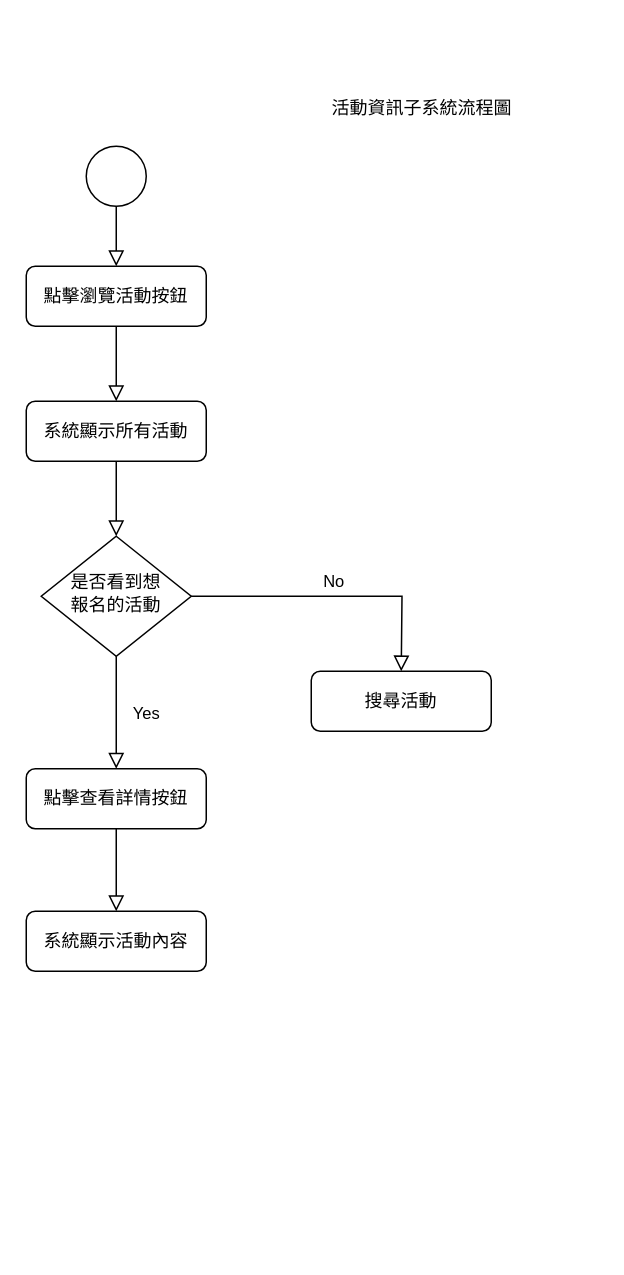
This is .drawio from liangyinglly/liangyinglly, a draw.io file, before an edit. Source tidied: cells renumbered, new cells numbered last; positions are measured from the earlier drawing's top-left corner, leaving out a move shared by most shapes. Both pictures are drawn from the tidied source at 150%, with x=0, y=0 at pixel (26, 86).
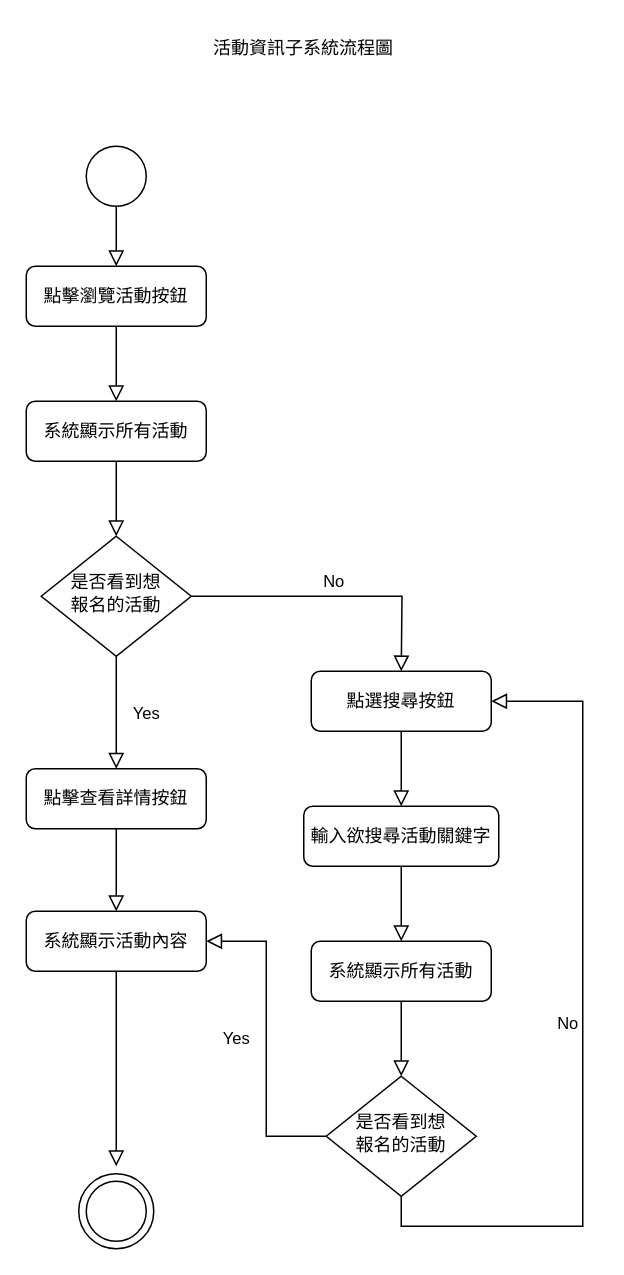
The same page after the edit.

Unchanged cells that the change refers to:
```xml
<mxCell id="14" value="系統顯示活動內容" style="rounded=1;whiteSpace=wrap;html=1;fontSize=12;glass=0;strokeWidth=1;shadow=0;" parent="1" vertex="1">
  <mxGeometry y="550" width="120" height="40" as="geometry" />
</mxCell>
```

Change to the diagram source:
```diff
@@
-    <mxCell id="7" value="搜尋活動" style="rounded=1;whiteSpace=wrap;html=1;fontSize=12;glass=0;strokeWidth=1;shadow=0;" parent="1" vertex="1">
+    <mxCell id="7" value="點選搜尋按鈕" style="rounded=1;whiteSpace=wrap;html=1;fontSize=12;glass=0;strokeWidth=1;shadow=0;" parent="1" vertex="1">
       <mxGeometry x="190" y="390" width="120" height="40" as="geometry" />
     </mxCell>
     <mxCell id="8" value="活動資訊子系統流程圖" style="text;html=1;strokeColor=none;fillColor=none;align=center;verticalAlign=middle;whiteSpace=wrap;rounded=0;" parent="1" vertex="1">
-      <mxGeometry x="189" width="150" height="30" as="geometry" />
+      <mxGeometry x="110" y="-40" width="150" height="30" as="geometry" />
     </mxCell>
@@
+    <mxCell id="16" style="rounded=0;html=1;jettySize=auto;fontSize=11;endArrow=block;endFill=0;endSize=8;strokeWidth=1;shadow=0;labelBackgroundColor=none;edgeStyle=orthogonalEdgeStyle;exitX=0.5;exitY=1;exitDx=0;exitDy=0;" parent="1" edge="1" source="7">
+      <mxGeometry relative="1" as="geometry">
+        <mxPoint x="250" y="480" as="targetPoint" />
+      </mxGeometry>
+    </mxCell>
+    <mxCell id="17" value="輸入欲搜尋活動關鍵字" style="rounded=1;whiteSpace=wrap;html=1;fontSize=12;glass=0;strokeWidth=1;shadow=0;" parent="1" vertex="1">
+      <mxGeometry x="185" y="480" width="130" height="40" as="geometry" />
+    </mxCell>
+    <mxCell id="18" value="系統顯示所有活動" style="rounded=1;whiteSpace=wrap;html=1;fontSize=12;glass=0;strokeWidth=1;shadow=0;" parent="1" vertex="1">
+      <mxGeometry x="190" y="570" width="120" height="40" as="geometry" />
+    </mxCell>
+    <mxCell id="19" style="rounded=0;html=1;jettySize=auto;fontSize=11;endArrow=block;endFill=0;endSize=8;strokeWidth=1;shadow=0;labelBackgroundColor=none;edgeStyle=orthogonalEdgeStyle;exitX=0.5;exitY=1;exitDx=0;exitDy=0;entryX=0.5;entryY=0;entryDx=0;entryDy=0;" parent="1" edge="1" source="17" target="18">
+      <mxGeometry relative="1" as="geometry" />
+    </mxCell>
+    <mxCell id="20" value="是否看到想&lt;br&gt;報名的活動" style="rhombus;whiteSpace=wrap;html=1;shadow=0;fontFamily=Helvetica;fontSize=12;align=center;strokeWidth=1;spacing=6;spacingTop=-4;" parent="1" vertex="1">
+      <mxGeometry x="200" y="660" width="100" height="80" as="geometry" />
+    </mxCell>
+    <mxCell id="21" style="rounded=0;html=1;jettySize=auto;fontSize=11;endArrow=block;endFill=0;endSize=8;strokeWidth=1;shadow=0;labelBackgroundColor=none;edgeStyle=orthogonalEdgeStyle;exitX=0.5;exitY=1;exitDx=0;exitDy=0;entryX=0.5;entryY=0;entryDx=0;entryDy=0;" parent="1" edge="1" source="18" target="20">
+      <mxGeometry relative="1" as="geometry" />
+    </mxCell>
+    <mxCell id="22" value="Yes" style="rounded=0;html=1;jettySize=auto;fontSize=11;endArrow=block;endFill=0;endSize=8;strokeWidth=1;shadow=0;labelBackgroundColor=none;edgeStyle=orthogonalEdgeStyle;entryX=1;entryY=0.5;entryDx=0;entryDy=0;" parent="1" edge="1" source="20" target="14">
+      <mxGeometry y="20" relative="1" as="geometry" />
+    </mxCell>
+    <mxCell id="23" value="No" style="edgeStyle=orthogonalEdgeStyle;rounded=0;html=1;jettySize=auto;fontSize=11;endArrow=block;endFill=0;endSize=8;strokeWidth=1;shadow=0;labelBackgroundColor=none;exitX=0.5;exitY=1;exitDx=0;exitDy=0;entryX=1;entryY=0.5;entryDx=0;entryDy=0;" parent="1" edge="1" source="20" target="7">
+      <mxGeometry y="10" relative="1" as="geometry">
+        <Array as="points">
+          <mxPoint x="250" y="760" />
+          <mxPoint x="371" y="760" />
+          <mxPoint x="371" y="410" />
+        </Array>
+      </mxGeometry>
+    </mxCell>
+    <mxCell id="24" style="rounded=0;html=1;jettySize=auto;fontSize=11;endArrow=block;endFill=0;endSize=8;strokeWidth=1;shadow=0;labelBackgroundColor=none;edgeStyle=orthogonalEdgeStyle;exitX=0.5;exitY=1;exitDx=0;exitDy=0;" parent="1" edge="1" source="14">
+      <mxGeometry relative="1" as="geometry">
+        <mxPoint x="60" y="720" as="targetPoint" />
+      </mxGeometry>
+    </mxCell>
+    <mxCell id="25" style="ellipse;whiteSpace=wrap;html=1;" parent="1" vertex="1">
+      <mxGeometry x="40" y="730" width="40" height="40" as="geometry" />
+    </mxCell>
+    <mxCell id="26" style="ellipse;whiteSpace=wrap;html=1;fillColor=none;" parent="1" vertex="1">
+      <mxGeometry x="35" y="725" width="50" height="50" as="geometry" />
+    </mxCell>
```
